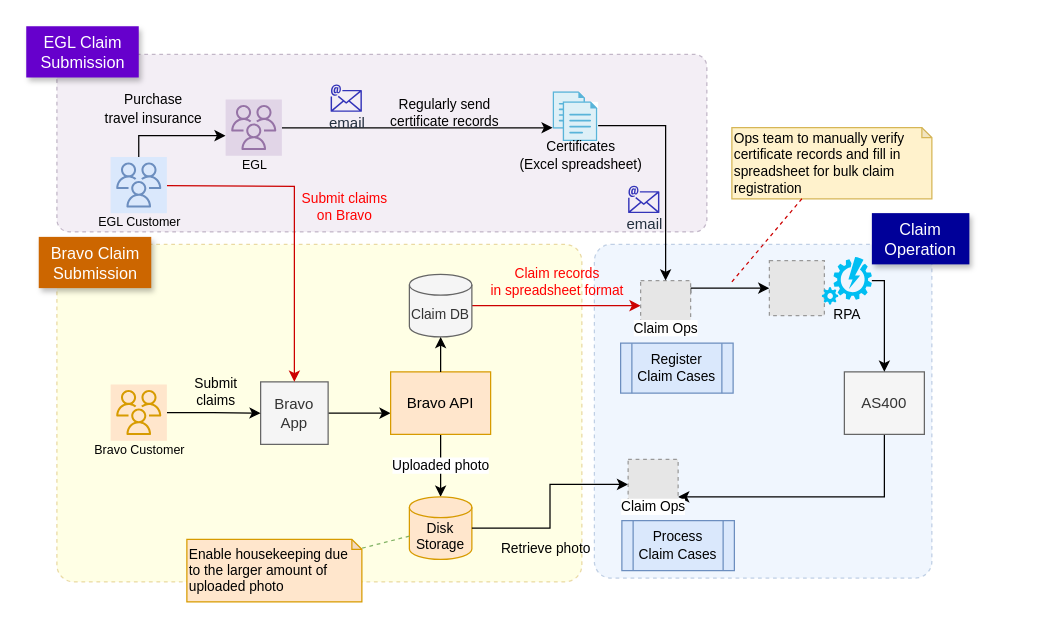
Above: page "Interim Solution" (3 of 4) of Bravo EGL Claim Flow.drawio in whalebig27/change-request-process-diagram (draw.io), before the change. Source tidied: cells renumbered, new cells numbered last; positions are measured from the earlier drawing's top-left corner, leaving out a move shared by most shapes. Both pictures are drawn from the tidied source at 125%, with x=0, y=0 at pixel (26, 26). Pictures stored in the file or linked from it are replaced by grey dashed boxes.
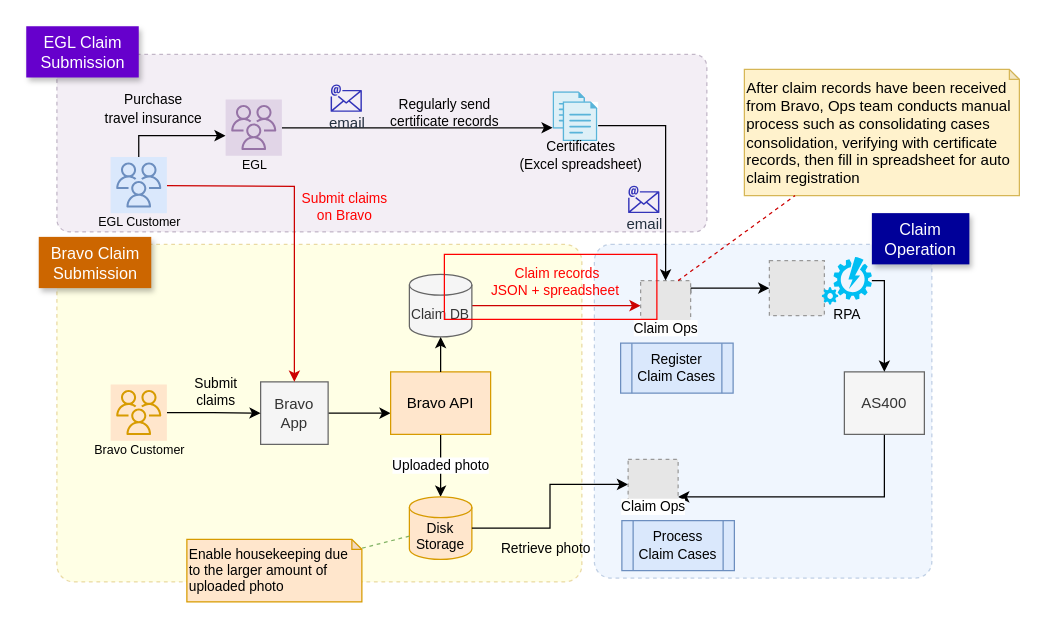
Above is the later version.

The change refers to these unchanged cells:
```xml
<mxCell id="21" value="Claim Ops" style="fillColor=#E6E6E6;strokeColor=#999999;dashed=1;html=1;verticalAlign=top;verticalLabelPosition=bottom;labelBackgroundColor=#ffffff;spacingTop=-15;fontSize=11;" parent="1" vertex="1">
  <mxGeometry x="491" y="203" width="40" height="40" as="geometry" />
</mxCell>
<mxCell id="25" value="&lt;br&gt;Claim DB" style="strokeWidth=1;html=1;shape=mxgraph.flowchart.database;whiteSpace=wrap;fontSize=11;fillColor=#f5f5f5;strokeColor=#666666;fontColor=#333333;" parent="1" vertex="1">
  <mxGeometry x="306" y="198" width="50" height="50" as="geometry" />
</mxCell>
```

The edit, as a diff of the source:
```diff
@@
-    <mxCell id="9" value="Claim records&lt;br&gt;in spreadsheet format&lt;br&gt;" style="edgeStyle=orthogonalEdgeStyle;rounded=0;jettySize=auto;html=1;entryX=0;entryY=0.5;entryDx=0;entryDy=0;fontSize=11;exitX=1;exitY=0.5;exitDx=0;exitDy=0;exitPerimeter=0;labelBackgroundColor=none;strokeColor=#CC0000;fontColor=#FF0000;" parent="1" edge="1" source="25" target="21">
+    <mxCell id="9" value="Claim records&lt;br&gt;JSON + spreadsheet&amp;nbsp;" style="edgeStyle=orthogonalEdgeStyle;rounded=0;jettySize=auto;html=1;entryX=0;entryY=0.5;entryDx=0;entryDy=0;fontSize=11;exitX=1;exitY=0.5;exitDx=0;exitDy=0;exitPerimeter=0;labelBackgroundColor=none;strokeColor=#CC0000;fontColor=#FF0000;" parent="1" edge="1" source="25" target="21">
       <mxGeometry x="0.01" y="19" relative="1" as="geometry" />
     </mxCell>
@@
-    <mxCell id="43" value="Ops team to manually verify certificate records and fill in spreadsheet for bulk claim registration" style="shape=note;whiteSpace=wrap;html=1;backgroundOutline=1;darkOpacity=0.05;fontSize=11;size=8;fillColor=#fff2cc;strokeColor=#d6b656;align=left;" parent="1" vertex="1">
-      <mxGeometry x="564" y="80.5" width="160" height="57" as="geometry" />
+    <mxCell id="43" value="After claim records have been received from Bravo, Ops team conducts manual process such as consolidating cases consolidation, verifying with certificate records, then fill in spreadsheet for auto claim registration" style="shape=note;whiteSpace=wrap;html=1;backgroundOutline=1;darkOpacity=0.05;fontSize=12;size=8;fillColor=#fff2cc;strokeColor=#d6b656;align=left;" parent="1" vertex="1">
+      <mxGeometry x="574" y="34" width="220" height="101" as="geometry" />
     </mxCell>
-    <mxCell id="44" style="endArrow=none;dashed=1;html=1;labelBackgroundColor=none;strokeColor=#CC0000;strokeWidth=1;fontSize=11;fontColor=#FF0000;" parent="1" edge="1" target="43">
-      <mxGeometry relative="1" as="geometry">
-        <mxPoint x="564" y="204" as="sourcePoint" />
-      </mxGeometry>
+    <mxCell id="44" style="endArrow=none;dashed=1;html=1;labelBackgroundColor=none;strokeColor=#CC0000;strokeWidth=1;fontSize=11;fontColor=#FF0000;exitX=0.75;exitY=0;exitDx=0;exitDy=0;" parent="1" edge="1" source="21" target="43">
+      <mxGeometry relative="1" as="geometry" />
     </mxCell>
@@
+    <mxCell id="46" style="rounded=0;whiteSpace=wrap;html=1;fontSize=12;fillColor=none;strokeColor=#FF0000;" parent="1" vertex="1">
+      <mxGeometry x="334" y="182" width="170" height="52" as="geometry" />
+    </mxCell>
```
